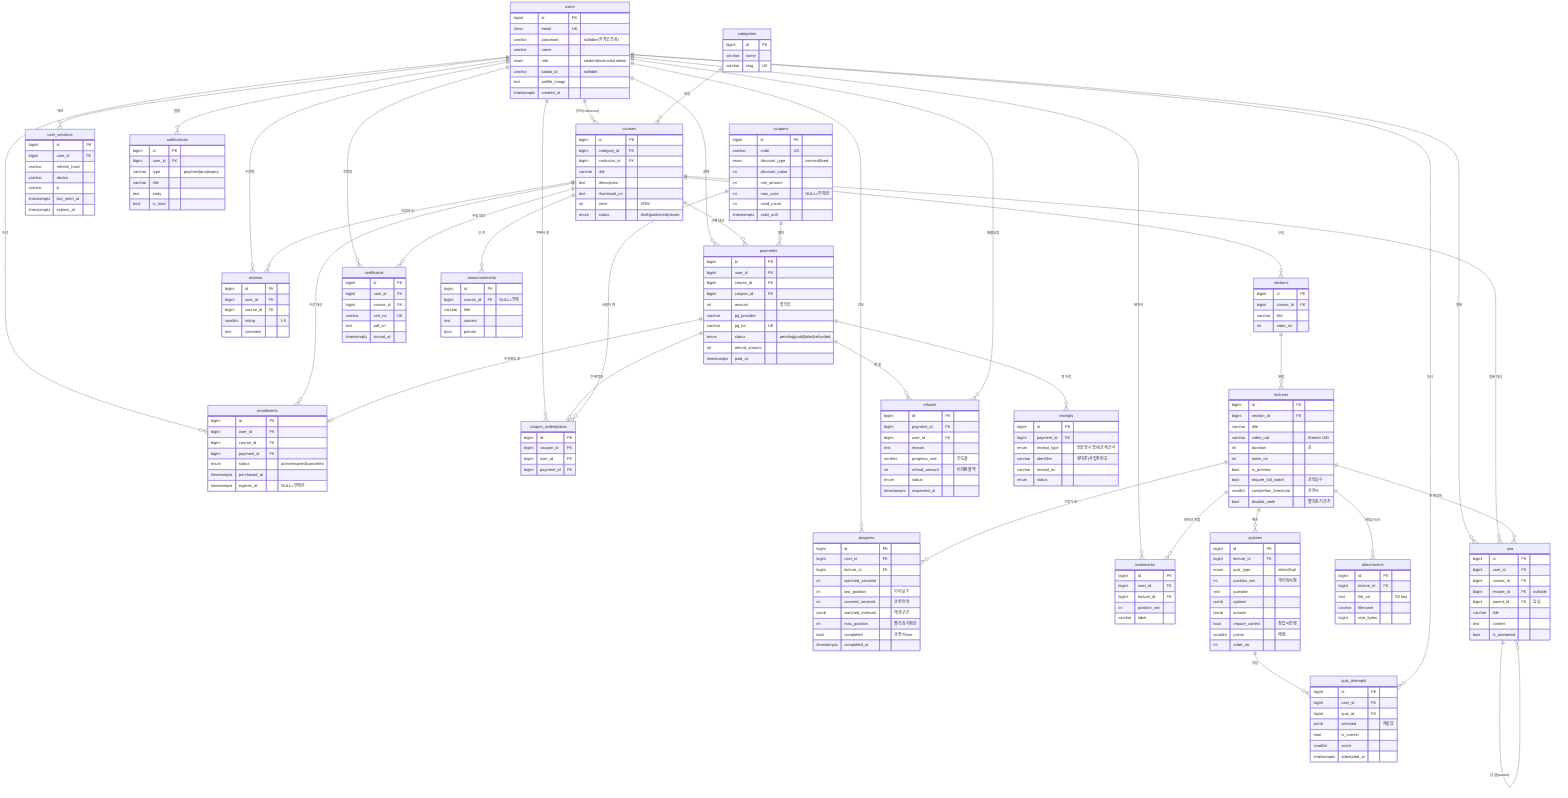
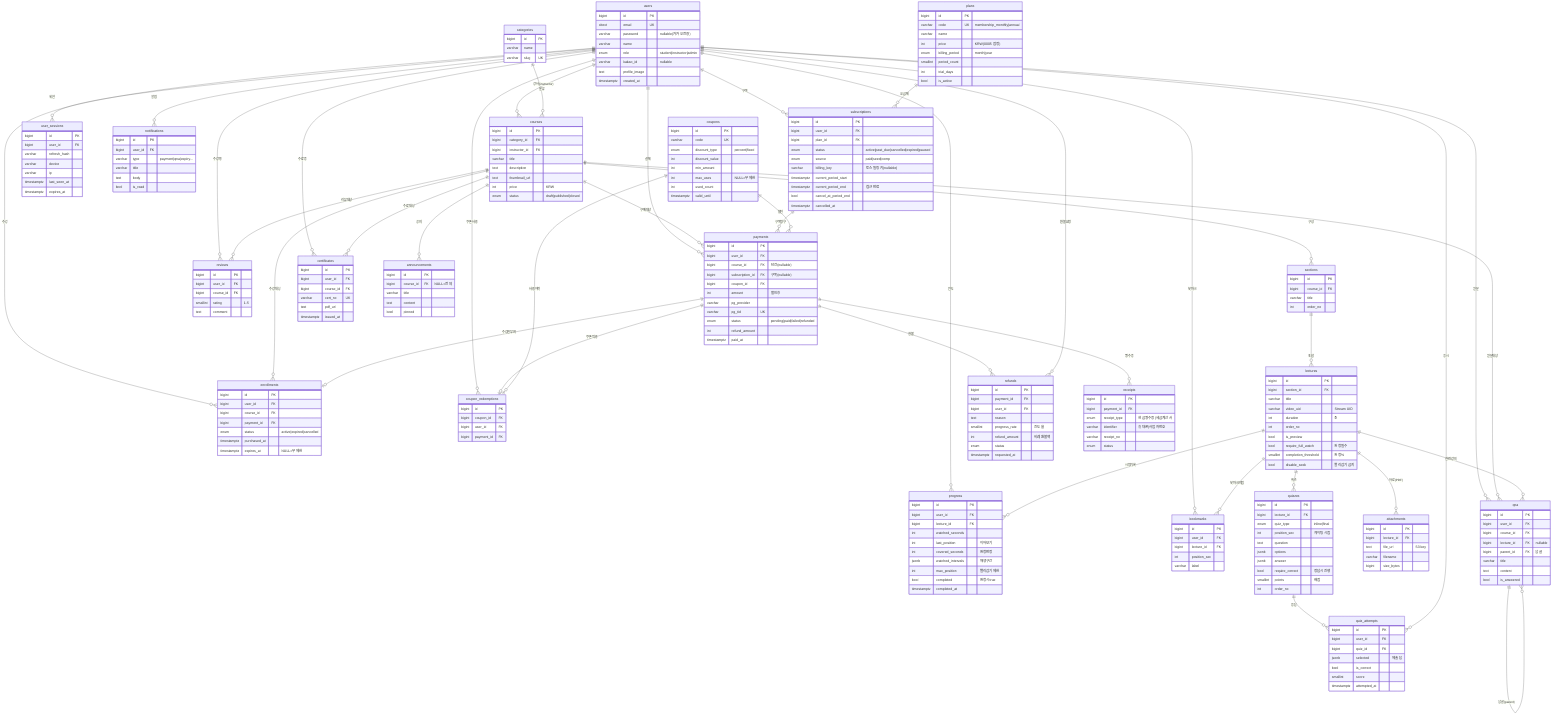
erDiagram
    users ||--o{ enrollments : "수강"
    users ||--o{ payments : "결제"
    users ||--o{ progress : "진도"
    users ||--o{ bookmarks : "북마크"
    users ||--o{ reviews : "수강평"
    users ||--o{ qna : "질문"
    users ||--o{ coupon_redemptions : "쿠폰사용"
    users ||--o{ courses : "강사(instructor)"

    categories ||--o{ courses : "분류"

    courses ||--o{ sections : "구성"
    courses ||--o{ enrollments : "수강대상"
    courses ||--o{ payments : "구매대상"
    courses ||--o{ reviews : "리뷰대상"
    courses ||--o{ qna : "질문대상"

    sections ||--o{ lectures : "포함"

    lectures ||--o{ attachments : "자료(PDF)"
    lectures ||--o{ progress : "시청기록"
    lectures ||--o{ bookmarks : "북마크지점"
    lectures ||--o{ qna : "관련강의"
    lectures ||--o{ quizzes : "퀴즈"

    quizzes ||--o{ quiz_attempts : "응답"
    users ||--o{ quiz_attempts : "응시"

    payments ||--o{ refunds : "환불"
    users ||--o{ refunds : "환불요청"
    payments ||--o{ receipts : "영수증"
    users ||--o{ certificates : "수료증"
    courses ||--o{ certificates : "수료대상"
    users ||--o{ user_sessions : "세션"
    users ||--o{ notifications : "알림"
    courses ||--o{ announcements : "공지"

    payments ||--o| enrollments : "수강권부여"
    payments ||--o| coupon_redemptions : "쿠폰적용"

+     users ||--o{ subscriptions : "구독"
+     plans ||--o{ subscriptions : "요금제"
+     subscriptions ||--o{ payments : "구독청구"
+ 
    coupons ||--o{ payments : "할인"
    coupons ||--o{ coupon_redemptions : "사용이력"

    qna ||--o{ qna : "답글(parent)"

    users {
        bigint id PK
        citext email UK
        varchar password "nullable(카카오전용)"
        varchar name
        enum role "student|instructor|admin"
        varchar kakao_id "nullable"
        text profile_image
        timestamptz created_at
    }

    categories {
        bigint id PK
        varchar name
        varchar slug UK
    }

    courses {
        bigint id PK
        bigint category_id FK
        bigint instructor_id FK
        varchar title
        text description
        text thumbnail_url
        int price "KRW"
        enum status "draft|published|closed"
    }

    sections {
        bigint id PK
        bigint course_id FK
        varchar title
        int order_no
    }

    lectures {
        bigint id PK
        bigint section_id FK
        varchar title
        varchar video_uid "Stream UID"
        int duration "초"
        int order_no
        bool is_preview
        bool require_full_watch "완청필수"
        smallint completion_threshold "완청%"
        bool disable_seek "빨리감기금지"
    }

    attachments {
        bigint id PK
        bigint lecture_id FK
        text file_url "S3 key"
        varchar filename
        bigint size_bytes
    }

    enrollments {
        bigint id PK
        bigint user_id FK
        bigint course_id FK
        bigint payment_id FK
        enum status "active|expired|cancelled"
        timestamptz purchased_at
        timestamptz expires_at "NULL=무제한"
    }

    progress {
        bigint id PK
        bigint user_id FK
        bigint lecture_id FK
        int watched_seconds
        int last_position "이어보기"
        int covered_seconds "완청판정"
        jsonb watched_intervals "재생구간"
        int max_position "빨리감기제한"
        bool completed "완청시true"
        timestamptz completed_at
    }

    quizzes {
        bigint id PK
        bigint lecture_id FK
        enum quiz_type "inline|final"
        int position_sec "게이팅시점"
        text question
        jsonb options
        jsonb answer
        bool require_correct "정답시진행"
        smallint points "배점"
        int order_no
    }

    quiz_attempts {
        bigint id PK
        bigint user_id FK
        bigint quiz_id FK
        jsonb selected "제출답"
        bool is_correct
        smallint score
        timestamptz attempted_at
    }

    bookmarks {
        bigint id PK
        bigint user_id FK
        bigint lecture_id FK
        int position_sec
        varchar label
    }

    reviews {
        bigint id PK
        bigint user_id FK
        bigint course_id FK
        smallint rating "1-5"
        text comment
    }

    qna {
        bigint id PK
        bigint user_id FK
        bigint course_id FK
        bigint lecture_id FK "nullable"
        bigint parent_id FK "답글"
        varchar title
        text content
        bool is_answered
    }

    coupons {
        bigint id PK
        varchar code UK
        enum discount_type "percent|fixed"
        int discount_value
        int min_amount
        int max_uses "NULL=무제한"
        int used_count
        timestamptz valid_until
    }

+     plans {
+         bigint id PK
+         varchar code UK "membership_monthly|annual"
+         varchar name
+         int price "KRW(0005 잠정)"
+         enum billing_period "month|year"
+         smallint period_count
+         int trial_days
+         bool is_active
+     }
+ 
+     subscriptions {
+         bigint id PK
+         bigint user_id FK
+         bigint plan_id FK
+         enum status "active|past_due|cancelled|expired|paused"
+         enum source "paid|seed|comp"
+         varchar billing_key "토스 빌링키(nullable)"
+         timestamptz current_period_start
+         timestamptz current_period_end "접근 만료"
+         bool cancel_at_period_end
+         timestamptz cancelled_at
+     }
+ 
    payments {
        bigint id PK
        bigint user_id FK
-         bigint course_id FK
+         bigint course_id FK "단건(nullable)"
+         bigint subscription_id FK "구독(nullable)"
        bigint coupon_id FK
        int amount "할인후"
        varchar pg_provider
        varchar pg_tid UK
        enum status "pending|paid|failed|refunded"
        int refund_amount
        timestamptz paid_at
    }

    coupon_redemptions {
        bigint id PK
        bigint coupon_id FK
        bigint user_id FK
        bigint payment_id FK
    }

    refunds {
        bigint id PK
        bigint payment_id FK
        bigint user_id FK
        text reason
        smallint progress_rate "진도율"
        int refund_amount "비례환불액"
        enum status
        timestamptz requested_at
    }

    receipts {
        bigint id PK
        bigint payment_id FK
        enum receipt_type "현금영수증|세금계산서"
        varchar identifier "휴대폰|사업자번호"
        varchar receipt_no
        enum status
    }

    certificates {
        bigint id PK
        bigint user_id FK
        bigint course_id FK
        varchar cert_no UK
        text pdf_url
        timestamptz issued_at
    }

    user_sessions {
        bigint id PK
        bigint user_id FK
        varchar refresh_hash
        varchar device
        varchar ip
        timestamptz last_seen_at
        timestamptz expires_at
    }

    notifications {
        bigint id PK
        bigint user_id FK
        varchar type "payment|qna|expiry..."
        varchar title
        text body
        bool is_read
    }

    announcements {
        bigint id PK
        bigint course_id FK "NULL=전체"
        varchar title
        text content
        bool pinned
    }
